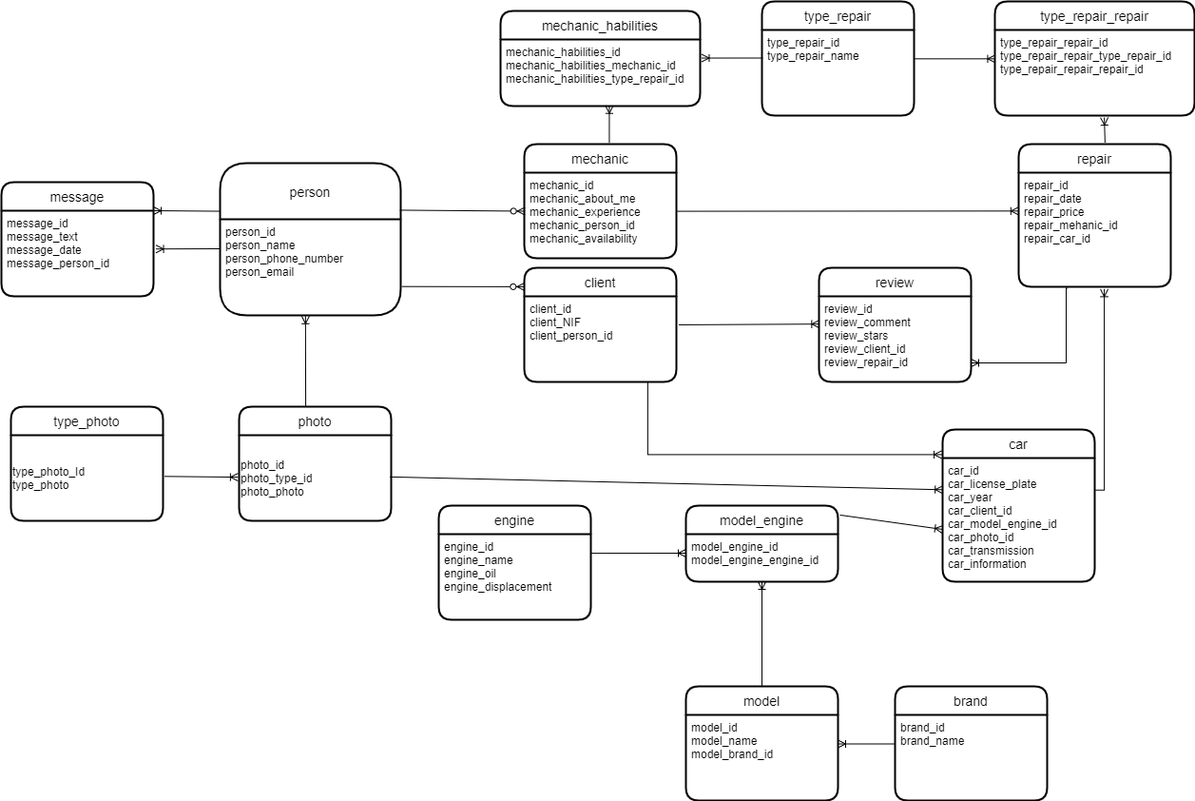
This is diagramaEntidades.drawio.png from jonhot1/Projeto-de-Desenvolvimento-M-vel-, a draw.io export, as it was before one commit. Source tidied: cells renumbered, new cells last; positions are measured from the earlier drawing's top-left corner, leaving out a move shared by most shapes.
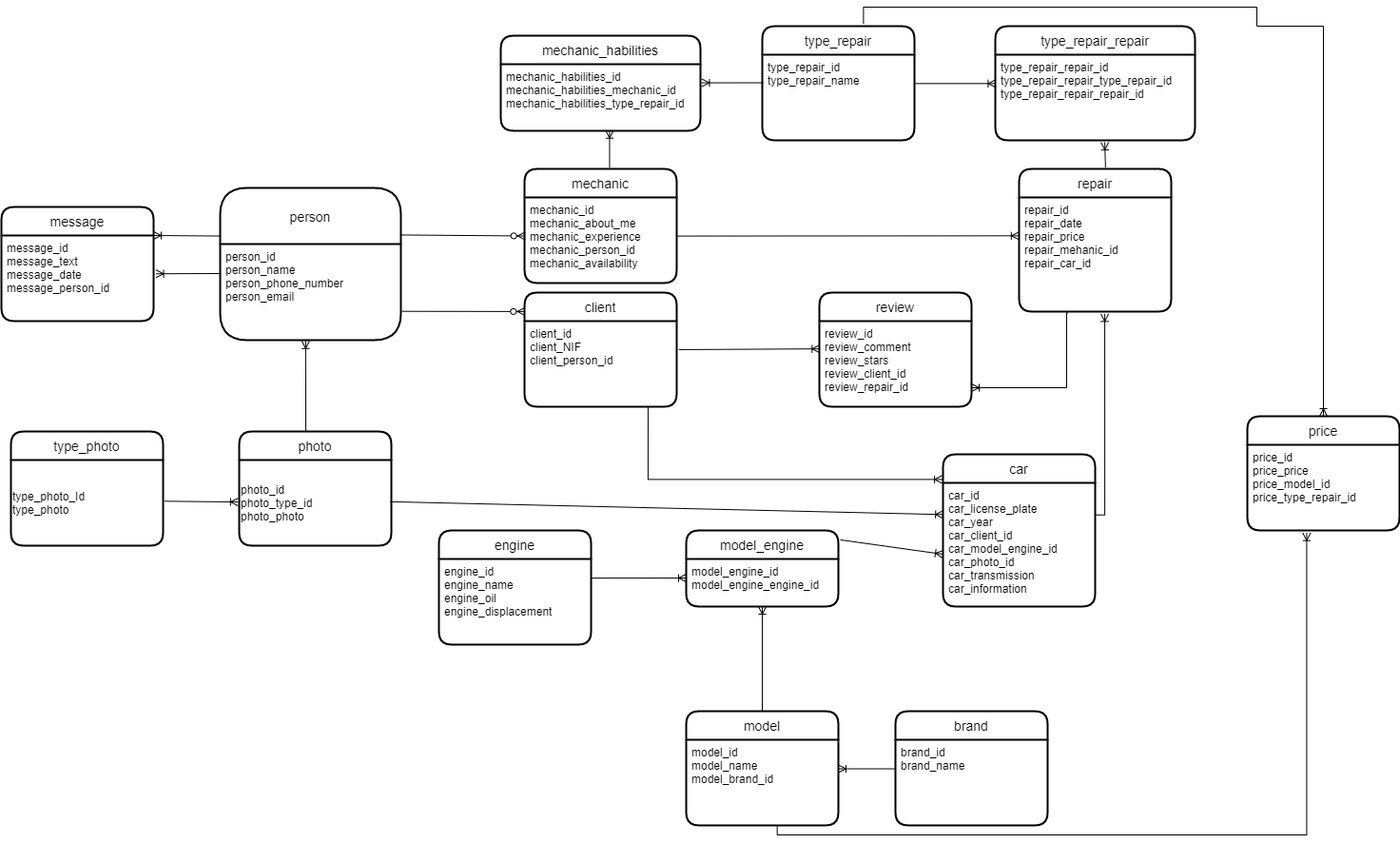
After the commit.

Change to the diagram source:
```diff
@@ -174,5 +174,24 @@
     <mxCell id="55" style="fontSize=12;html=1;endArrow=ERoneToMany;rounded=0;entryX=-0.007;entryY=0.49;entryDx=0;entryDy=0;exitX=1.01;exitY=0.481;exitDx=0;exitDy=0;entryPerimeter=0;exitPerimeter=0;" parent="1" edge="1" source="54" target="50">
       <mxGeometry relative="1" as="geometry" />
     </mxCell>
+    <mxCell id="56" value="price" style="swimlane;horizontal=1;startSize=30;rounded=1;fontSize=14;fontStyle=0;strokeWidth=2;shadow=0;dashed=0;align=center;" parent="1" vertex="1">
+      <mxGeometry x="1310" y="410" width="160" height="120" as="geometry" />
+    </mxCell>
+    <mxCell id="57" value="price_id&#10;price_price&#10;price_model_id&#10;price_type_repair_id" style="align=left;strokeColor=none;fillColor=none;spacingLeft=4;fontSize=12;verticalAlign=top;" parent="56" vertex="1">
+      <mxGeometry y="30" width="160" height="90" as="geometry" />
+    </mxCell>
+    <mxCell id="58" style="fontSize=12;html=1;endArrow=ERoneToMany;rounded=0;exitX=0.598;exitY=1;exitDx=0;exitDy=0;edgeStyle=orthogonalEdgeStyle;entryX=0.39;entryY=1.03;entryDx=0;entryDy=0;entryPerimeter=0;exitPerimeter=0;" parent="1" edge="1" source="27" target="57">
+      <mxGeometry relative="1" as="geometry" />
+    </mxCell>
+    <mxCell id="59" style="fontSize=12;html=1;endArrow=ERoneToMany;rounded=0;edgeStyle=orthogonalEdgeStyle;entryX=0.5;entryY=0;entryDx=0;entryDy=0;exitX=0.665;exitY=-0.022;exitDx=0;exitDy=0;exitPerimeter=0;" parent="1" edge="1" source="32" target="56">
+      <mxGeometry relative="1" as="geometry">
+        <Array as="points">
+          <mxPoint x="906" y="-20" />
+          <mxPoint x="1320" y="-20" />
+          <mxPoint x="1320" />
+          <mxPoint x="1390" />
+        </Array>
+      </mxGeometry>
+    </mxCell>
   </root>
 </mxGraphModel>
```
